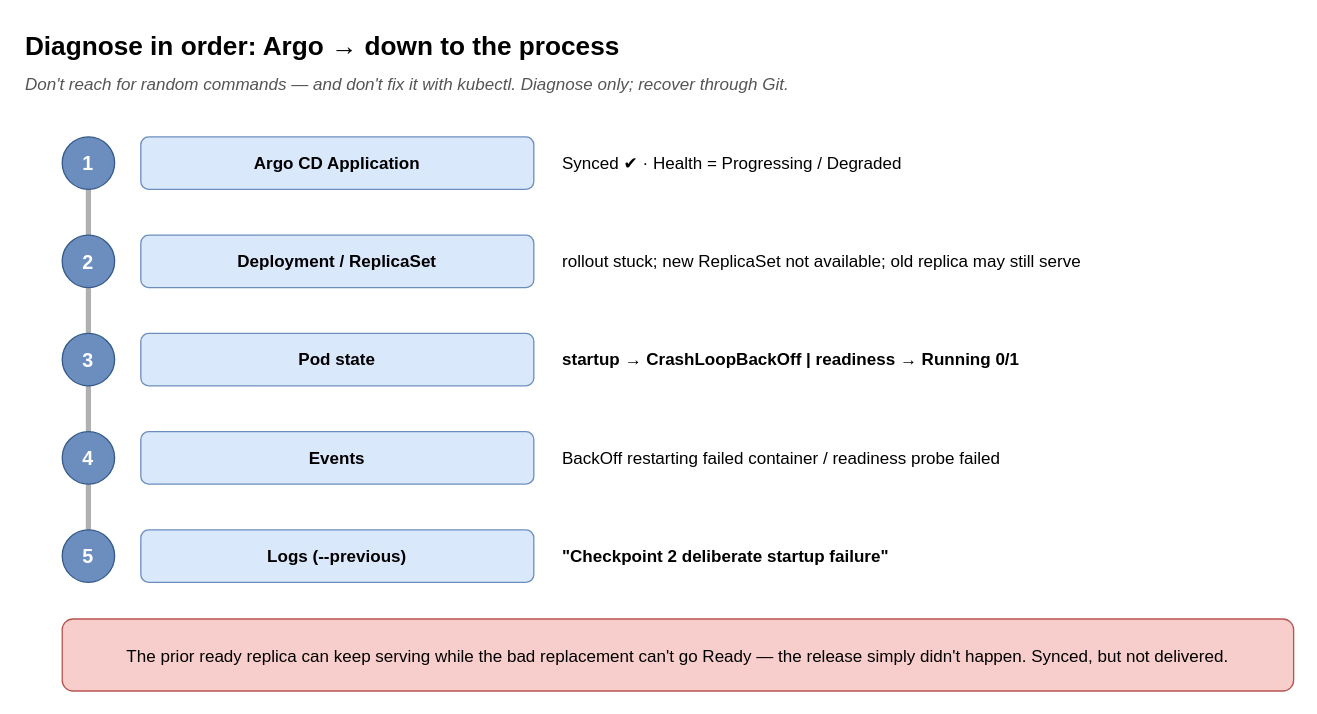
Earlier version of the draw.io diagram page "3 · Diagnosis Ladder" (3 of 4) of docs/checkpoint-2-concepts.drawio (therealdumbprogrammer/delivery-lab). Source tidied: cells renumbered, new cells numbered last; positions are measured from the earlier drawing's top-left corner, leaving out a move shared by most shapes. Both pictures are drawn from the tidied source at 131%, with x=0, y=0 at pixel (22, 22).
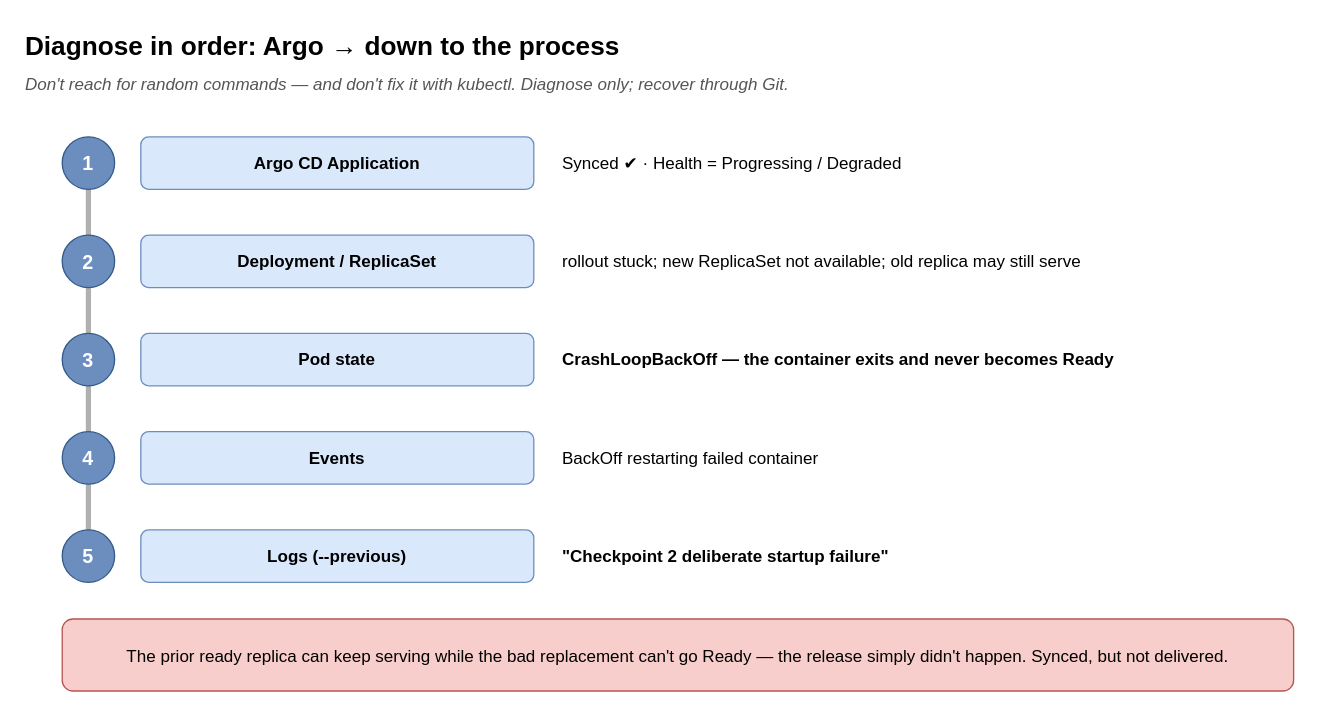
The same diagram, later.

What changed in the source:
```diff
@@
-    <mxCell id="13" value="startup → CrashLoopBackOff       |       readiness → Running 0/1" style="text;html=1;fontSize=13;fontStyle=1;verticalAlign=middle;" parent="1" vertex="1">
+    <mxCell id="13" value="CrashLoopBackOff — the container exits and never becomes Ready" style="text;html=1;fontSize=13;fontStyle=1;verticalAlign=middle;" parent="1" vertex="1">
       <mxGeometry x="410" y="237" width="560" height="40" as="geometry" />
     </mxCell>
@@
-    <mxCell id="16" value="BackOff restarting failed container   /   readiness probe failed" style="text;html=1;fontSize=13;verticalAlign=middle;" parent="1" vertex="1">
+    <mxCell id="16" value="BackOff restarting failed container" style="text;html=1;fontSize=13;verticalAlign=middle;" parent="1" vertex="1">
       <mxGeometry x="410" y="312" width="560" height="40" as="geometry" />
     </mxCell>
```
